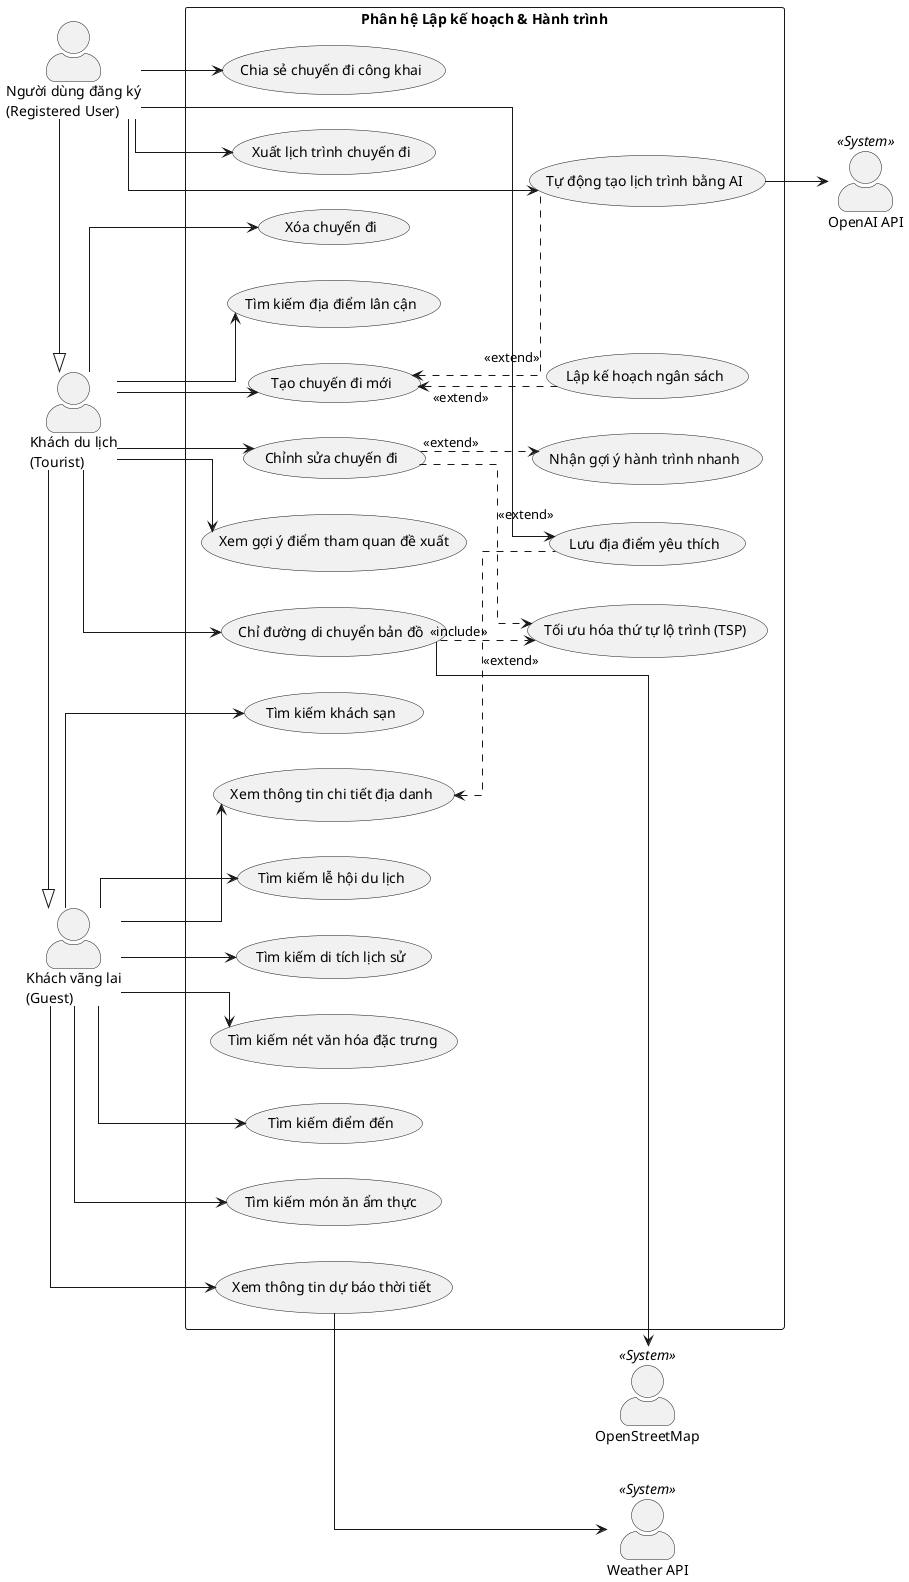
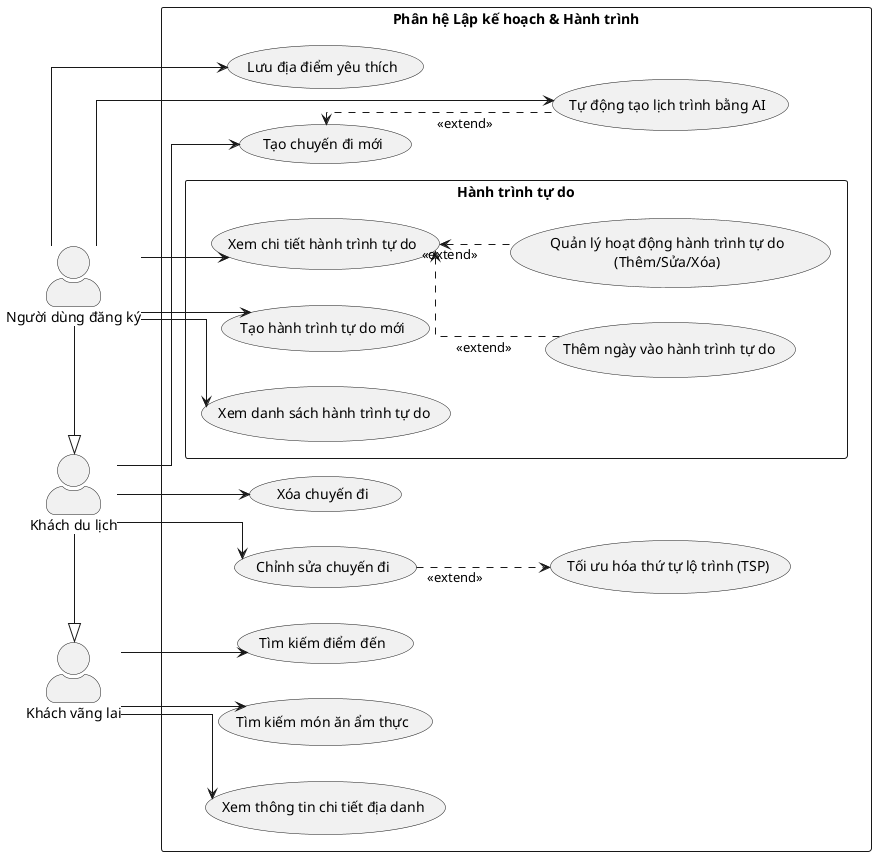
@startuml UseCase_Trip
left to right direction
skinparam packageStyle rectangle
skinparam actorStyle awesome
skinparam linetype ortho

- ' Actors
- actor "Khách vãng lai\n(Guest)" as Guest
- actor "Khách du lịch\n(Tourist)" as Tourist
- actor "Người dùng đăng ký\n(Registered User)" as RegisteredUser
+ actor "Khách vãng lai" as Guest
+ actor "Khách du lịch" as Tourist
+ actor "Người dùng đăng ký" as RegisteredUser

- ' External Systems
- actor "OpenAI API" as OpenAI <<System>>
- actor "Weather API" as WeatherAPI <<System>>
- actor "OpenStreetMap" as OSM <<System>>
- 
- ' Actor Inheritance
Tourist -|> Guest
RegisteredUser -|> Tourist

rectangle "Phân hệ Lập kế hoạch & Hành trình" {
-   ' Search package
  usecase "Tìm kiếm điểm đến" as UC_SearchDest
  usecase "Tìm kiếm món ăn ẩm thực" as UC_SearchFood
-   usecase "Tìm kiếm khách sạn" as UC_SearchHotel
-   usecase "Tìm kiếm lễ hội du lịch" as UC_SearchFestival
-   usecase "Tìm kiếm di tích lịch sử" as UC_SearchHistory
-   usecase "Tìm kiếm nét văn hóa đặc trưng" as UC_SearchCulture
  usecase "Xem thông tin chi tiết địa danh" as UC_ViewDetail

-   ' Planning package
  usecase "Tạo chuyến đi mới" as UC_CreateTrip
  usecase "Chỉnh sửa chuyến đi" as UC_EditTrip
  usecase "Xóa chuyến đi" as UC_DeleteTrip
  usecase "Tự động tạo lịch trình bằng AI" as UC_AITrip
  usecase "Tối ưu hóa thứ tự lộ trình (TSP)" as UC_OptimizeRoute
-   usecase "Lập kế hoạch ngân sách" as UC_BudgetPlan
  usecase "Lưu địa điểm yêu thích" as UC_SaveFavorite
-   usecase "Chia sẻ chuyến đi công khai" as UC_ShareTrip
-   usecase "Xuất lịch trình chuyến đi" as UC_ExportTrip

-   ' Navigation & Suggestions
-   usecase "Xem gợi ý điểm tham quan đề xuất" as UC_ViewRecs
-   usecase "Tìm kiếm địa điểm lân cận" as UC_Nearby
-   usecase "Xem thông tin dự báo thời tiết" as UC_Weather
-   usecase "Chỉ đường di chuyển bản đồ" as UC_Navigation
-   usecase "Nhận gợi ý hành trình nhanh" as UC_Suggestions
+   ' Bổ sung gói hành trình tự do (Custom Itineraries)
+   package "Hành trình tự do" {
+     usecase "Tạo hành trình tự do mới" as UC_CreateItin
+     usecase "Xem danh sách hành trình tự do" as UC_ListItin
+     usecase "Xem chi tiết hành trình tự do" as UC_ViewItin
+     usecase "Thêm ngày vào hành trình tự do" as UC_AddDayItin
+     usecase "Quản lý hoạt động hành trình tự do\n(Thêm/Sửa/Xóa)" as UC_ManageActItin
+   }
}

- ' Guest / Tourist / Registered User Associations
Guest --> UC_SearchDest
Guest --> UC_SearchFood
- Guest --> UC_SearchHotel
- Guest --> UC_SearchFestival
- Guest --> UC_SearchHistory
- Guest --> UC_SearchCulture
Guest --> UC_ViewDetail
- Guest --> UC_Weather

Tourist --> UC_CreateTrip
Tourist --> UC_EditTrip
Tourist --> UC_DeleteTrip
- Tourist --> UC_ViewRecs
- Tourist --> UC_Nearby
- Tourist --> UC_Navigation

RegisteredUser --> UC_SaveFavorite
RegisteredUser --> UC_AITrip
- RegisteredUser --> UC_ShareTrip
- RegisteredUser --> UC_ExportTrip
+ RegisteredUser --> UC_CreateItin
+ RegisteredUser --> UC_ListItin
+ RegisteredUser --> UC_ViewItin

- ' Relationships (include / extend)
- UC_ViewDetail <.. UC_SaveFavorite : <<extend>>
+ UC_ViewItin <.. UC_AddDayItin : <<extend>>
+ UC_ViewItin <.. UC_ManageActItin : <<extend>>
UC_CreateTrip <.. UC_AITrip : <<extend>>
- UC_CreateTrip <.. UC_BudgetPlan : <<extend>>
UC_EditTrip ..> UC_OptimizeRoute : <<extend>>
- UC_EditTrip ..> UC_Suggestions : <<extend>>
- UC_Navigation ..> UC_OptimizeRoute : <<include>>
- 
- ' External System Mappings
- UC_AITrip --> OpenAI
- UC_Weather --> WeatherAPI
- UC_Navigation --> OSM
@enduml
